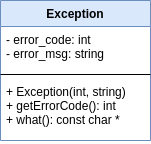
Above: img/clases/exception.png in mauro7x/taller_tp2 (draw.io), before the change. Source tidied: cells renumbered, new cells last; positions are measured from the earlier drawing's top-left corner, leaving out a move shared by most shapes.
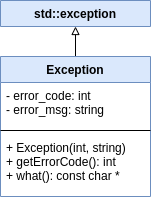
The same diagram one commit later.

Commit message:
corrijo una imagen

Change to the diagram source:
```diff
@@ -2,6 +2,9 @@
   <root>
     <mxCell id="0" />
     <mxCell id="1" parent="0" />
+    <mxCell id="6" style="edgeStyle=orthogonalEdgeStyle;rounded=0;jettySize=auto;html=1;exitX=0.5;exitY=0;exitDx=0;exitDy=0;endArrow=block;endFill=0;" parent="1" edge="1" source="2" target="7">
+      <mxGeometry relative="1" as="geometry" />
+    </mxCell>
     <mxCell id="2" value="Exception" style="swimlane;fontStyle=1;align=center;verticalAlign=top;horizontal=1;startSize=26;fillColor=#dae8fc;strokeColor=#6c8ebf;" parent="1" vertex="1">
       <mxGeometry width="150" height="140" as="geometry" />
     </mxCell>
@@ -14,5 +17,8 @@
     <mxCell id="5" value="+ Exception(int, string)&#10;+ getErrorCode(): int&#10;+ what(): const char *" style="text;strokeColor=none;fillColor=none;align=left;verticalAlign=top;spacingLeft=4;spacingRight=4;overflow=hidden;" parent="2" vertex="1">
       <mxGeometry y="78" width="150" height="62" as="geometry" />
     </mxCell>
+    <mxCell id="7" value="std::exception" style="swimlane;fontStyle=1;align=center;verticalAlign=top;horizontal=1;startSize=26;fillColor=#dae8fc;strokeColor=#6c8ebf;" parent="1" vertex="1" collapsed="1">
+      <mxGeometry y="-56" width="150" height="26" as="geometry" />
+    </mxCell>
   </root>
 </mxGraphModel>
```
